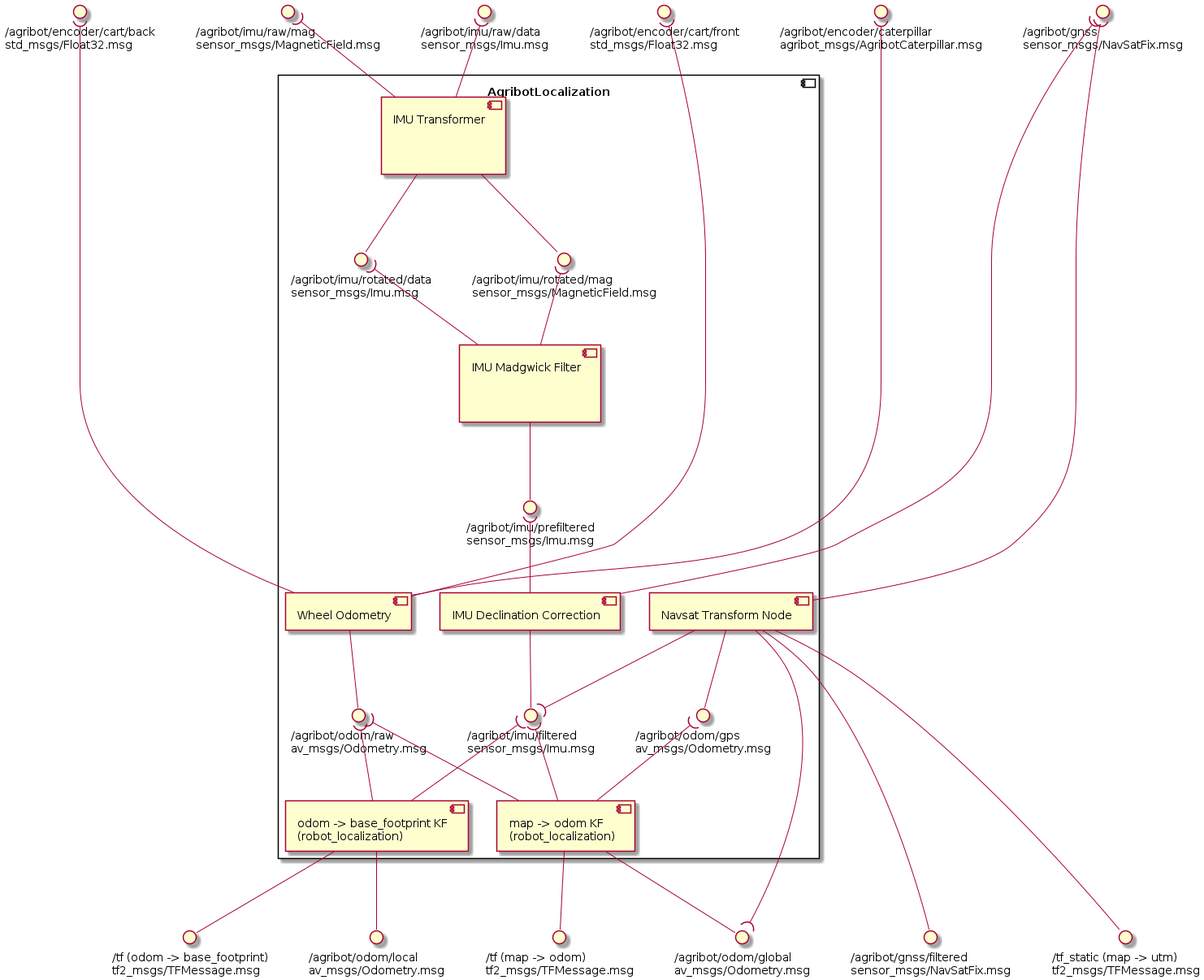
This is doc/component_diagram/component_diagram.png from agribot-2-0/agribot_localization, a PlantUML export, as it was before one commit.
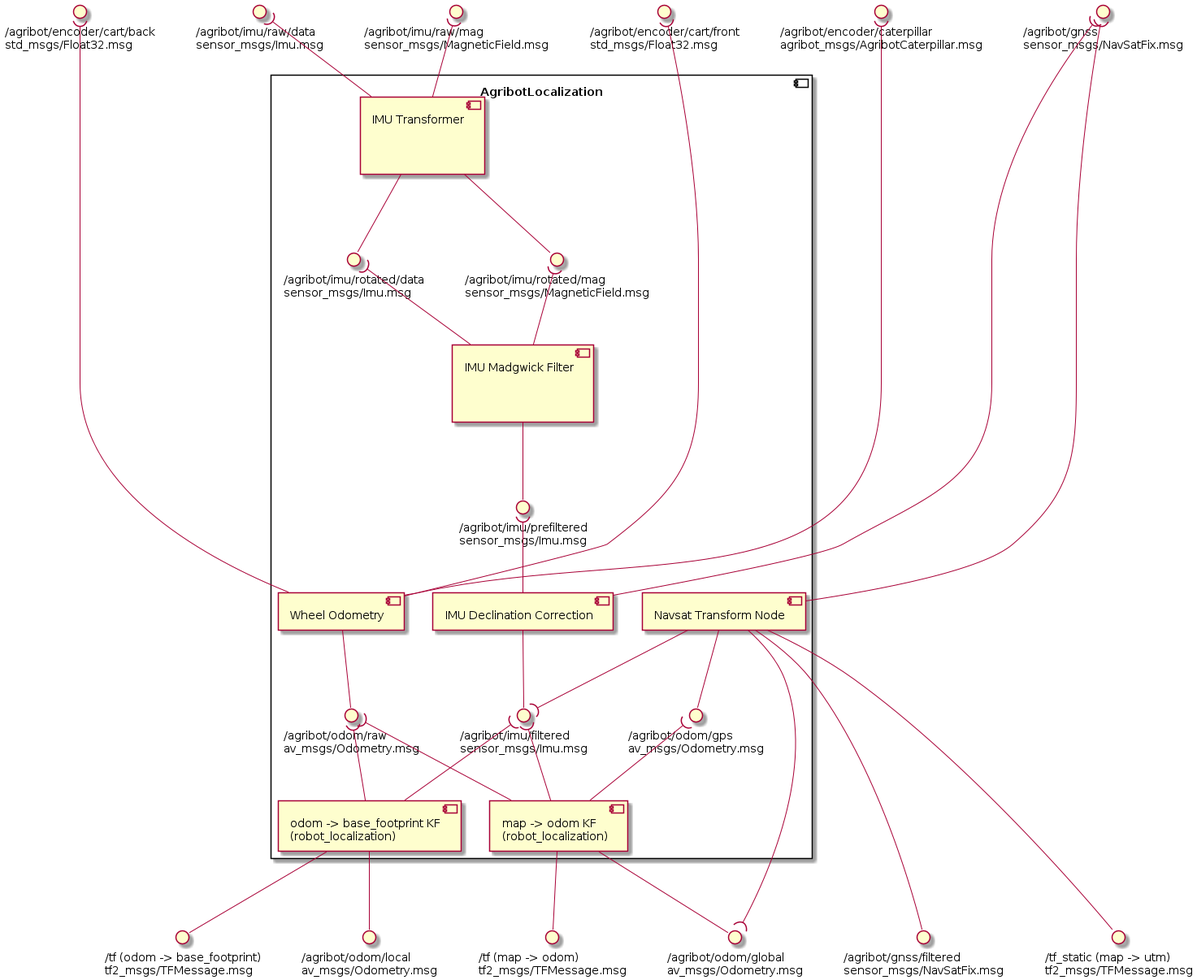
The same file after the commit.

Commit message:
Minor improvement in formatting

Change to the diagram source:
```diff
@@ -59,8 +59,8 @@
 
 }
 
+Transformer -up-( mag_raw
 Transformer -up-( imu_raw
-Transformer -up-( mag_raw
 
 WheelOdometry -up-----( encoder_caterpillar
 WheelOdometry -up-----( encoder_cart_front
```
